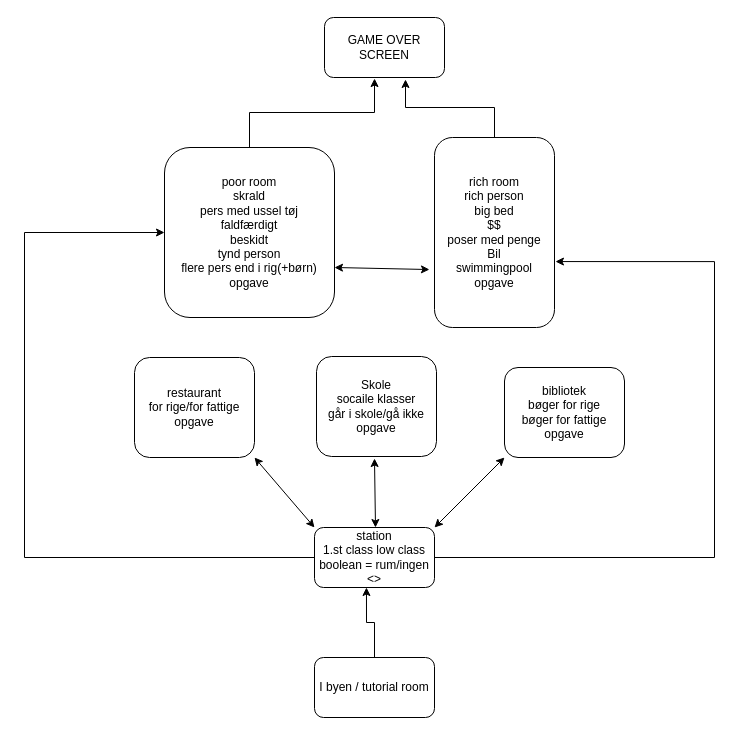
Above: spil.drawio in sival19/Den-bedste-gruppe (draw.io), before the change. Source tidied: cells renumbered, new cells numbered last; positions are measured from the earlier drawing's top-left corner, leaving out a move shared by most shapes. Both pictures are drawn from the tidied source at 100%, with x=0, y=0 at pixel (24, 17).
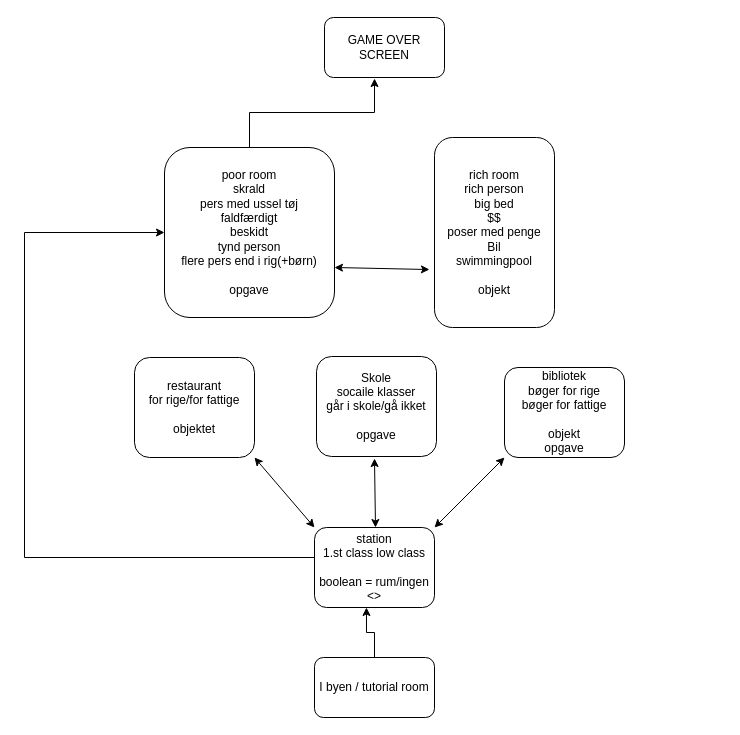
After the change.

Unchanged cells that the change refers to:
```xml
<mxCell id="14" value="GAME OVER SCREEN" style="rounded=1;whiteSpace=wrap;html=1;" parent="1" vertex="1">
  <mxGeometry x="300" width="120" height="60" as="geometry" />
</mxCell>
```

The edit, as a diff of the source:
```diff
@@
-    <mxCell id="5" value="poor room&lt;br&gt;skrald&lt;br&gt;pers med ussel tøj&lt;br&gt;faldfærdigt&lt;br&gt;beskidt&lt;br&gt;tynd person&lt;br&gt;flere pers end i rig(+børn)&lt;br&gt;opgave" style="rounded=1;whiteSpace=wrap;html=1;" parent="1" vertex="1">
+    <mxCell id="5" value="poor room&lt;br&gt;skrald&lt;br&gt;pers med ussel tøj&lt;br&gt;faldfærdigt&lt;br&gt;beskidt&lt;br&gt;tynd person&lt;br&gt;flere pers end i rig(+børn)&lt;br&gt;&lt;br&gt;opgave" style="rounded=1;whiteSpace=wrap;html=1;" parent="1" vertex="1">
       <mxGeometry x="140" y="130" width="170" height="170" as="geometry" />
     </mxCell>
-    <mxCell id="6" style="edgeStyle=orthogonalEdgeStyle;rounded=0;jettySize=auto;html=1;entryX=0.675;entryY=1.033;entryDx=0;entryDy=0;entryPerimeter=0;" parent="1" edge="1" source="7" target="14">
-      <mxGeometry relative="1" as="geometry" />
-    </mxCell>
-    <mxCell id="7" value="rich room&lt;br&gt;rich person&lt;br&gt;big bed&lt;br&gt;$$&lt;br&gt;poser med penge&lt;br&gt;Bil&lt;br&gt;swimmingpool&lt;br&gt;opgave" style="rounded=1;whiteSpace=wrap;html=1;" parent="1" vertex="1">
+    <mxCell id="7" value="rich room&lt;br&gt;rich person&lt;br&gt;big bed&lt;br&gt;$$&lt;br&gt;poser med penge&lt;br&gt;Bil&lt;br&gt;swimmingpool&lt;br&gt;&lt;br&gt;objekt" style="rounded=1;whiteSpace=wrap;html=1;" parent="1" vertex="1">
       <mxGeometry x="410" y="120" width="120" height="190" as="geometry" />
     </mxCell>
-    <mxCell id="8" value="Skole&lt;br&gt;socaile klasser&lt;br&gt;går i skole/gå ikke&lt;br&gt;opgave" style="rounded=1;whiteSpace=wrap;html=1;" parent="1" vertex="1">
+    <mxCell id="8" value="Skole&lt;br&gt;socaile klasser&lt;br&gt;går i skole/gå ikket&lt;br&gt;&lt;br&gt;opgave" style="rounded=1;whiteSpace=wrap;html=1;" parent="1" vertex="1">
       <mxGeometry x="292" y="339" width="120" height="100" as="geometry" />
     </mxCell>
-    <mxCell id="9" value="bibliotek&lt;br&gt;bøger for rige&lt;br&gt;bøger for fattige&lt;br&gt;opgave" style="rounded=1;whiteSpace=wrap;html=1;" parent="1" vertex="1">
+    <mxCell id="9" value="bibliotek&lt;br&gt;bøger for rige&lt;br&gt;bøger for fattige&lt;br&gt;&lt;br&gt;objekt&lt;br&gt;opgave" style="rounded=1;whiteSpace=wrap;html=1;" parent="1" vertex="1">
       <mxGeometry x="480" y="350" width="120" height="90" as="geometry" />
     </mxCell>
@@
-    <mxCell id="11" style="edgeStyle=orthogonalEdgeStyle;rounded=0;jettySize=auto;html=1;entryX=1.008;entryY=0.653;entryDx=0;entryDy=0;entryPerimeter=0;" parent="1" edge="1" source="12" target="7">
-      <mxGeometry relative="1" as="geometry">
-        <Array as="points">
-          <mxPoint x="690" y="540" />
-          <mxPoint x="690" y="244" />
-        </Array>
-      </mxGeometry>
-    </mxCell>
-    <mxCell id="12" value="station&lt;br&gt;1.st class low class&lt;br&gt;boolean = rum/ingen &amp;lt;&amp;gt;" style="rounded=1;whiteSpace=wrap;html=1;" parent="1" vertex="1">
-      <mxGeometry x="290" y="510" width="120" height="60" as="geometry" />
+    <mxCell id="12" value="station&lt;br&gt;1.st class low class&lt;br&gt;&lt;br&gt;boolean = rum/ingen &amp;lt;&amp;gt;" style="rounded=1;whiteSpace=wrap;html=1;" parent="1" vertex="1">
+      <mxGeometry x="290" y="510" width="120" height="80" as="geometry" />
     </mxCell>
-    <mxCell id="13" value="restaurant&lt;br&gt;for rige/for fattige&lt;br&gt;opgave" style="rounded=1;whiteSpace=wrap;html=1;" parent="1" vertex="1">
+    <mxCell id="13" value="restaurant&lt;br&gt;for rige/for fattige&lt;br&gt;&lt;br&gt;objektet" style="rounded=1;whiteSpace=wrap;html=1;" parent="1" vertex="1">
       <mxGeometry x="110" y="340" width="120" height="100" as="geometry" />
     </mxCell>
```
